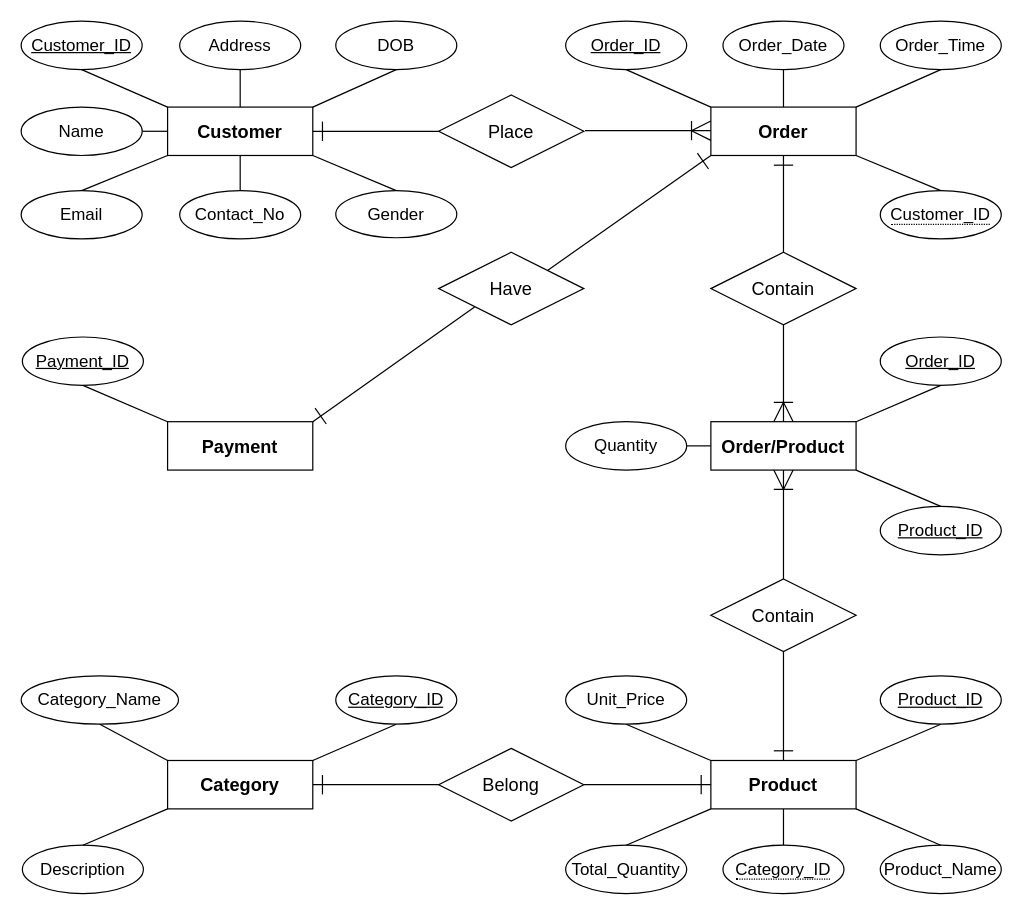
This is DDD/Sampath Food City.drawio from ThanushkarSiva1238/Database_Design, a draw.io file, before an edit. Source tidied: cells renumbered, new cells numbered last; positions are measured from the earlier drawing's top-left corner, leaving out a move shared by most shapes. Both pictures are drawn from the tidied source at 121%, with x=0, y=0 at pixel (21, 21).
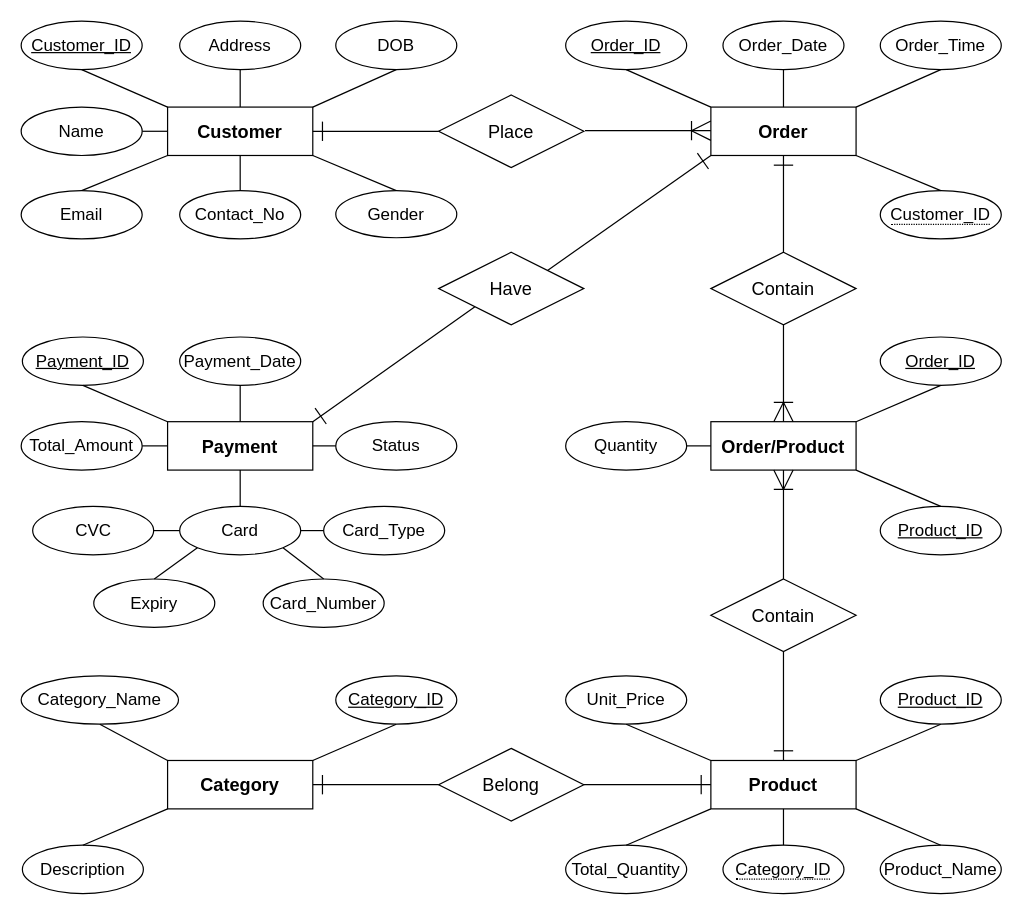
The same page after the edit.

The change refers to these unchanged cells:
```xml
<mxCell id="61" value="&lt;h3 style=&quot;border-color: var(--border-color);&quot;&gt;&lt;font style=&quot;border-color: var(--border-color); font-size: 15px;&quot; face=&quot;arial&quot;&gt;Payment&lt;/font&gt;&lt;/h3&gt;" style="whiteSpace=wrap;html=1;align=center;" parent="1" vertex="1">
  <mxGeometry x="121" y="331" width="120" height="40" as="geometry" />
</mxCell>
```

Diff of the diagram source:
```diff
@@
+    <mxCell id="69" value="&lt;span style=&quot;font-size: 14px;&quot;&gt;Payment_Date&lt;/span&gt;" style="ellipse;whiteSpace=wrap;html=1;align=center;" parent="1" vertex="1">
+      <mxGeometry x="131" y="261" width="100" height="40" as="geometry" />
+    </mxCell>
+    <mxCell id="70" style="endArrow=none;html=1;rounded=0;exitX=0.5;exitY=0;exitDx=0;exitDy=0;entryX=0.5;entryY=1;entryDx=0;entryDy=0;" parent="1" edge="1" source="61" target="69">
+      <mxGeometry relative="1" as="geometry" />
+    </mxCell>
+    <mxCell id="71" style="endArrow=none;html=1;rounded=0;exitX=0;exitY=0.5;exitDx=0;exitDy=0;entryX=1;entryY=0.5;entryDx=0;entryDy=0;" parent="1" edge="1" source="61" target="72">
+      <mxGeometry relative="1" as="geometry" />
+    </mxCell>
+    <mxCell id="72" value="&lt;span style=&quot;font-size: 14px;&quot;&gt;Total_Amount&lt;/span&gt;" style="ellipse;whiteSpace=wrap;html=1;align=center;" parent="1" vertex="1">
+      <mxGeometry y="331" width="100" height="40" as="geometry" />
+    </mxCell>
+    <mxCell id="73" value="&lt;span style=&quot;font-size: 14px;&quot;&gt;Card&lt;/span&gt;" style="ellipse;whiteSpace=wrap;html=1;align=center;" parent="1" vertex="1">
+      <mxGeometry x="131" y="401" width="100" height="40" as="geometry" />
+    </mxCell>
+    <mxCell id="74" style="endArrow=none;html=1;rounded=0;exitX=0.5;exitY=0;exitDx=0;exitDy=0;entryX=0.5;entryY=1;entryDx=0;entryDy=0;" parent="1" edge="1" source="73" target="61">
+      <mxGeometry relative="1" as="geometry" />
+    </mxCell>
+    <mxCell id="75" value="&lt;span style=&quot;font-size: 14px;&quot;&gt;Card_Type&lt;/span&gt;" style="ellipse;whiteSpace=wrap;html=1;align=center;" parent="1" vertex="1">
+      <mxGeometry x="250" y="401" width="100" height="40" as="geometry" />
+    </mxCell>
+    <mxCell id="76" style="endArrow=none;html=1;rounded=0;exitX=0;exitY=0.5;exitDx=0;exitDy=0;entryX=1;entryY=0.5;entryDx=0;entryDy=0;" parent="1" edge="1" source="75" target="73">
+      <mxGeometry relative="1" as="geometry" />
+    </mxCell>
+    <mxCell id="77" value="&lt;span style=&quot;font-size: 14px;&quot;&gt;Card_Number&lt;/span&gt;" style="ellipse;whiteSpace=wrap;html=1;align=center;" parent="1" vertex="1">
+      <mxGeometry x="200" y="461" width="100" height="40" as="geometry" />
+    </mxCell>
+    <mxCell id="78" style="endArrow=none;html=1;rounded=0;exitX=0.5;exitY=0;exitDx=0;exitDy=0;entryX=1;entryY=1;entryDx=0;entryDy=0;" parent="1" edge="1" source="77" target="73">
+      <mxGeometry relative="1" as="geometry" />
+    </mxCell>
+    <mxCell id="79" value="&lt;span style=&quot;font-size: 14px;&quot;&gt;Expiry&lt;/span&gt;" style="ellipse;whiteSpace=wrap;html=1;align=center;" parent="1" vertex="1">
+      <mxGeometry x="60" y="461" width="100" height="40" as="geometry" />
+    </mxCell>
+    <mxCell id="80" style="endArrow=none;html=1;rounded=0;exitX=0.5;exitY=0;exitDx=0;exitDy=0;entryX=0;entryY=1;entryDx=0;entryDy=0;" parent="1" edge="1" source="79" target="73">
+      <mxGeometry relative="1" as="geometry" />
+    </mxCell>
+    <mxCell id="81" value="&lt;span style=&quot;font-size: 14px;&quot;&gt;CVC&lt;/span&gt;" style="ellipse;whiteSpace=wrap;html=1;align=center;" parent="1" vertex="1">
+      <mxGeometry x="9.5" y="401" width="100" height="40" as="geometry" />
+    </mxCell>
+    <mxCell id="82" style="endArrow=none;html=1;rounded=0;exitX=0;exitY=0.5;exitDx=0;exitDy=0;entryX=1;entryY=0.5;entryDx=0;entryDy=0;" parent="1" edge="1" source="73" target="81">
+      <mxGeometry relative="1" as="geometry" />
+    </mxCell>
+    <mxCell id="83" value="&lt;span style=&quot;font-size: 14px;&quot;&gt;Status&lt;/span&gt;" style="ellipse;whiteSpace=wrap;html=1;align=center;" parent="1" vertex="1">
+      <mxGeometry x="260" y="331" width="100" height="40" as="geometry" />
+    </mxCell>
+    <mxCell id="84" style="endArrow=none;html=1;rounded=0;exitX=0;exitY=0.5;exitDx=0;exitDy=0;entryX=1;entryY=0.5;entryDx=0;entryDy=0;" parent="1" edge="1" source="83" target="61">
+      <mxGeometry relative="1" as="geometry" />
+    </mxCell>
```
